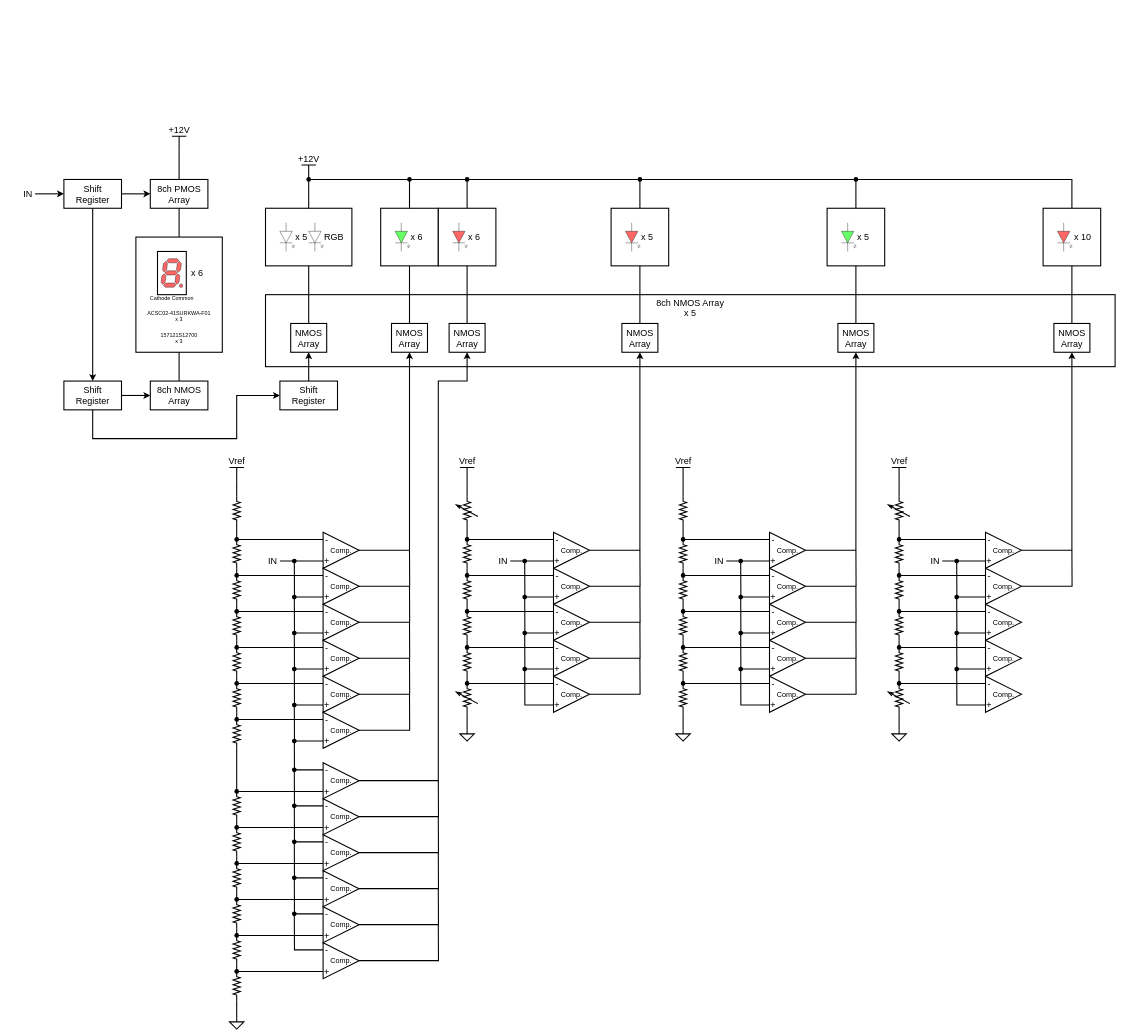
Before: designdocs/block-diagram.drawio in ST04-tkmr/FET-PCB-meter, a draw.io diagram. Source tidied: cells renumbered, new cells numbered last; positions are measured from the earlier drawing's top-left corner, leaving out a move shared by most shapes. Both pictures are drawn from the tidied source at 36%, with x=0, y=0 at pixel (21, 136).
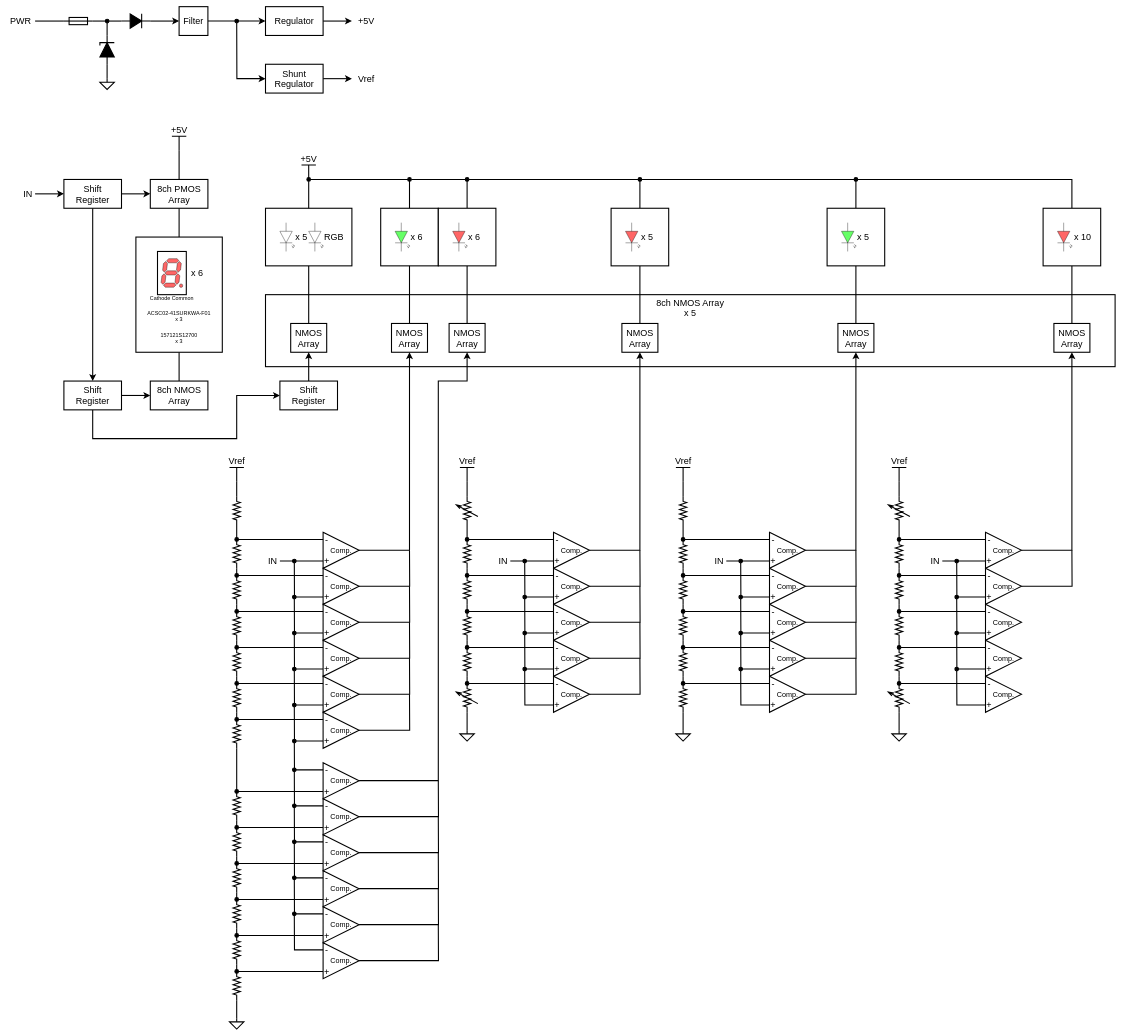
After the change.

Commit message:
add power diagram

The edit, as a diff of the source:
```diff
@@
-    <mxCell id="31" value="+12V" style="verticalLabelPosition=top;verticalAlign=bottom;shape=mxgraph.electrical.signal_sources.vdd;shadow=0;dashed=0;align=center;strokeWidth=3;fontSize=25;html=1;flipV=1;" parent="1" vertex="1">
+    <mxCell id="31" value="+5V" style="verticalLabelPosition=top;verticalAlign=bottom;shape=mxgraph.electrical.signal_sources.vdd;shadow=0;dashed=0;align=center;strokeWidth=3;fontSize=25;html=1;flipV=1;" parent="1" vertex="1">
       <mxGeometry x="420" width="40" height="40" as="geometry" />
     </mxCell>
@@
-    <mxCell id="40" value="+12V" style="verticalLabelPosition=top;verticalAlign=bottom;shape=mxgraph.electrical.signal_sources.vdd;shadow=0;dashed=0;align=center;strokeWidth=3;fontSize=25;html=1;flipV=1;" parent="1" vertex="1">
+    <mxCell id="40" value="+5V" style="verticalLabelPosition=top;verticalAlign=bottom;shape=mxgraph.electrical.signal_sources.vdd;shadow=0;dashed=0;align=center;strokeWidth=3;fontSize=25;html=1;flipV=1;" parent="1" vertex="1">
       <mxGeometry x="780" y="80" width="40" height="40" as="geometry" />
     </mxCell>
@@
+    <mxCell id="302" value="PWR" style="text;html=1;align=center;verticalAlign=middle;whiteSpace=wrap;rounded=0;fontSize=25;" parent="1" vertex="1">
+      <mxGeometry x="-40" y="-340" width="80" height="40" as="geometry" />
+    </mxCell>
+    <mxCell id="303" style="verticalLabelPosition=bottom;shadow=0;dashed=0;align=center;html=1;verticalAlign=top;shape=mxgraph.electrical.miscellaneous.fuse_2;strokeWidth=3;" parent="1" vertex="1">
+      <mxGeometry x="120" y="-330" width="80" height="20" as="geometry" />
+    </mxCell>
+    <mxCell id="304" style="edgeStyle=orthogonalEdgeStyle;shape=connector;rounded=0;jettySize=auto;html=1;exitX=1;exitY=0.5;exitDx=0;exitDy=0;exitPerimeter=0;entryX=0;entryY=0.5;entryDx=0;entryDy=0;strokeColor=default;strokeWidth=3;align=center;verticalAlign=middle;fontFamily=Helvetica;fontSize=11;fontColor=default;labelBackgroundColor=default;startFill=0;startSize=6;endArrow=classic;endFill=1;endSize=10;" parent="1" edge="1" source="305" target="309">
+      <mxGeometry relative="1" as="geometry" />
+    </mxCell>
+    <mxCell id="305" style="fillColor=strokeColor;verticalLabelPosition=bottom;shadow=0;dashed=0;align=center;html=1;verticalAlign=top;shape=mxgraph.electrical.diodes.diode;strokeWidth=3;" parent="1" vertex="1">
+      <mxGeometry x="280" y="-340" width="80" height="40" as="geometry" />
+    </mxCell>
+    <mxCell id="306" style="edgeStyle=orthogonalEdgeStyle;shape=connector;rounded=0;jettySize=auto;html=1;exitX=1;exitY=0.5;exitDx=0;exitDy=0;exitPerimeter=0;strokeColor=default;strokeWidth=3;align=center;verticalAlign=middle;fontFamily=Helvetica;fontSize=11;fontColor=default;labelBackgroundColor=default;startFill=0;startSize=6;endArrow=oval;endFill=1;endSize=10;" parent="1" edge="1" source="307">
+      <mxGeometry relative="1" as="geometry">
+        <mxPoint x="240.1" y="-320" as="targetPoint" />
+      </mxGeometry>
+    </mxCell>
+    <mxCell id="307" style="fillColor=strokeColor;verticalLabelPosition=bottom;shadow=0;dashed=0;align=center;html=1;verticalAlign=top;shape=mxgraph.electrical.diodes.zener_diode_2;rotation=-90;strokeWidth=3;" parent="1" vertex="1">
+      <mxGeometry x="200" y="-260" width="80" height="40" as="geometry" />
+    </mxCell>
+    <mxCell id="308" style="edgeStyle=orthogonalEdgeStyle;shape=connector;rounded=0;jettySize=auto;html=1;exitX=1;exitY=0.5;exitDx=0;exitDy=0;entryX=0;entryY=0.5;entryDx=0;entryDy=0;strokeColor=default;strokeWidth=3;align=center;verticalAlign=middle;fontFamily=Helvetica;fontSize=11;fontColor=default;labelBackgroundColor=default;startFill=0;startSize=6;endArrow=classic;endFill=1;endSize=10;" parent="1" edge="1" source="309" target="311">
+      <mxGeometry relative="1" as="geometry" />
+    </mxCell>
+    <mxCell id="309" value="Filter" style="rounded=0;whiteSpace=wrap;html=1;strokeWidth=3;fontSize=25;" parent="1" vertex="1">
+      <mxGeometry x="440" y="-360" width="80" height="80" as="geometry" />
+    </mxCell>
+    <mxCell id="310" style="edgeStyle=orthogonalEdgeStyle;shape=connector;rounded=0;jettySize=auto;html=1;exitX=1;exitY=0.5;exitDx=0;exitDy=0;entryX=0;entryY=0.5;entryDx=0;entryDy=0;strokeColor=default;strokeWidth=3;align=center;verticalAlign=middle;fontFamily=Helvetica;fontSize=11;fontColor=default;labelBackgroundColor=default;startFill=0;startSize=6;endArrow=classic;endFill=1;endSize=10;" parent="1" edge="1" source="311" target="315">
+      <mxGeometry relative="1" as="geometry" />
+    </mxCell>
+    <mxCell id="311" value="Regulator" style="rounded=0;whiteSpace=wrap;html=1;strokeWidth=3;fontSize=25;" parent="1" vertex="1">
+      <mxGeometry x="680" y="-360" width="160" height="80" as="geometry" />
+    </mxCell>
+    <mxCell id="312" style="edgeStyle=orthogonalEdgeStyle;shape=connector;rounded=0;jettySize=auto;html=1;exitX=0;exitY=0.5;exitDx=0;exitDy=0;strokeColor=default;strokeWidth=3;align=center;verticalAlign=middle;fontFamily=Helvetica;fontSize=11;fontColor=default;labelBackgroundColor=default;startFill=1;startSize=10;endArrow=oval;endFill=1;endSize=10;startArrow=classic;" parent="1" edge="1" source="314">
+      <mxGeometry relative="1" as="geometry">
+        <mxPoint x="600" y="-320" as="targetPoint" />
+      </mxGeometry>
+    </mxCell>
+    <mxCell id="313" style="edgeStyle=orthogonalEdgeStyle;shape=connector;rounded=0;jettySize=auto;html=1;exitX=1;exitY=0.5;exitDx=0;exitDy=0;entryX=0;entryY=0.5;entryDx=0;entryDy=0;strokeColor=default;strokeWidth=3;align=center;verticalAlign=middle;fontFamily=Helvetica;fontSize=11;fontColor=default;labelBackgroundColor=default;startFill=0;startSize=6;endArrow=classic;endFill=1;endSize=10;" parent="1" edge="1" source="314" target="316">
+      <mxGeometry relative="1" as="geometry" />
+    </mxCell>
+    <mxCell id="314" value="Shunt Regulator" style="rounded=0;whiteSpace=wrap;html=1;strokeWidth=3;fontSize=25;" parent="1" vertex="1">
+      <mxGeometry x="680" y="-200" width="160" height="80" as="geometry" />
+    </mxCell>
+    <mxCell id="315" value="+5V" style="text;html=1;align=center;verticalAlign=middle;whiteSpace=wrap;rounded=0;fontSize=25;" parent="1" vertex="1">
+      <mxGeometry x="920" y="-340" width="80" height="40" as="geometry" />
+    </mxCell>
+    <mxCell id="316" value="Vref" style="text;html=1;align=center;verticalAlign=middle;whiteSpace=wrap;rounded=0;fontSize=25;" parent="1" vertex="1">
+      <mxGeometry x="920" y="-180" width="80" height="40" as="geometry" />
+    </mxCell>
+    <mxCell id="317" style="edgeStyle=orthogonalEdgeStyle;shape=connector;rounded=0;jettySize=auto;html=1;exitX=1;exitY=0.5;exitDx=0;exitDy=0;exitPerimeter=0;entryX=0;entryY=0.5;entryDx=0;entryDy=0;entryPerimeter=0;strokeColor=default;strokeWidth=3;align=center;verticalAlign=middle;fontFamily=Helvetica;fontSize=11;fontColor=default;labelBackgroundColor=default;startFill=0;startSize=6;endArrow=none;endFill=1;endSize=10;" parent="1" edge="1" source="303" target="305">
+      <mxGeometry relative="1" as="geometry" />
+    </mxCell>
+    <mxCell id="318" style="edgeStyle=orthogonalEdgeStyle;shape=connector;rounded=0;jettySize=auto;html=1;exitX=1;exitY=0.5;exitDx=0;exitDy=0;entryX=0;entryY=0.5;entryDx=0;entryDy=0;entryPerimeter=0;strokeColor=default;strokeWidth=3;align=center;verticalAlign=middle;fontFamily=Helvetica;fontSize=11;fontColor=default;labelBackgroundColor=default;startFill=0;startSize=6;endArrow=none;endFill=1;endSize=10;" parent="1" edge="1" source="302" target="303">
+      <mxGeometry relative="1" as="geometry" />
+    </mxCell>
+    <mxCell id="319" style="verticalLabelPosition=bottom;shadow=0;dashed=0;align=center;html=1;verticalAlign=top;shape=mxgraph.electrical.signal_sources.signal_ground;strokeWidth=3;" parent="1" vertex="1">
+      <mxGeometry x="220" y="-160" width="40" height="30" as="geometry" />
+    </mxCell>
+    <mxCell id="320" style="edgeStyle=orthogonalEdgeStyle;shape=connector;rounded=0;jettySize=auto;html=1;exitX=0;exitY=0.5;exitDx=0;exitDy=0;exitPerimeter=0;entryX=0.5;entryY=0;entryDx=0;entryDy=0;entryPerimeter=0;strokeColor=default;strokeWidth=3;align=center;verticalAlign=middle;fontFamily=Helvetica;fontSize=11;fontColor=default;labelBackgroundColor=default;startFill=0;startSize=6;endArrow=none;endFill=1;endSize=10;" parent="1" edge="1" source="307" target="319">
+      <mxGeometry relative="1" as="geometry" />
+    </mxCell>
```
